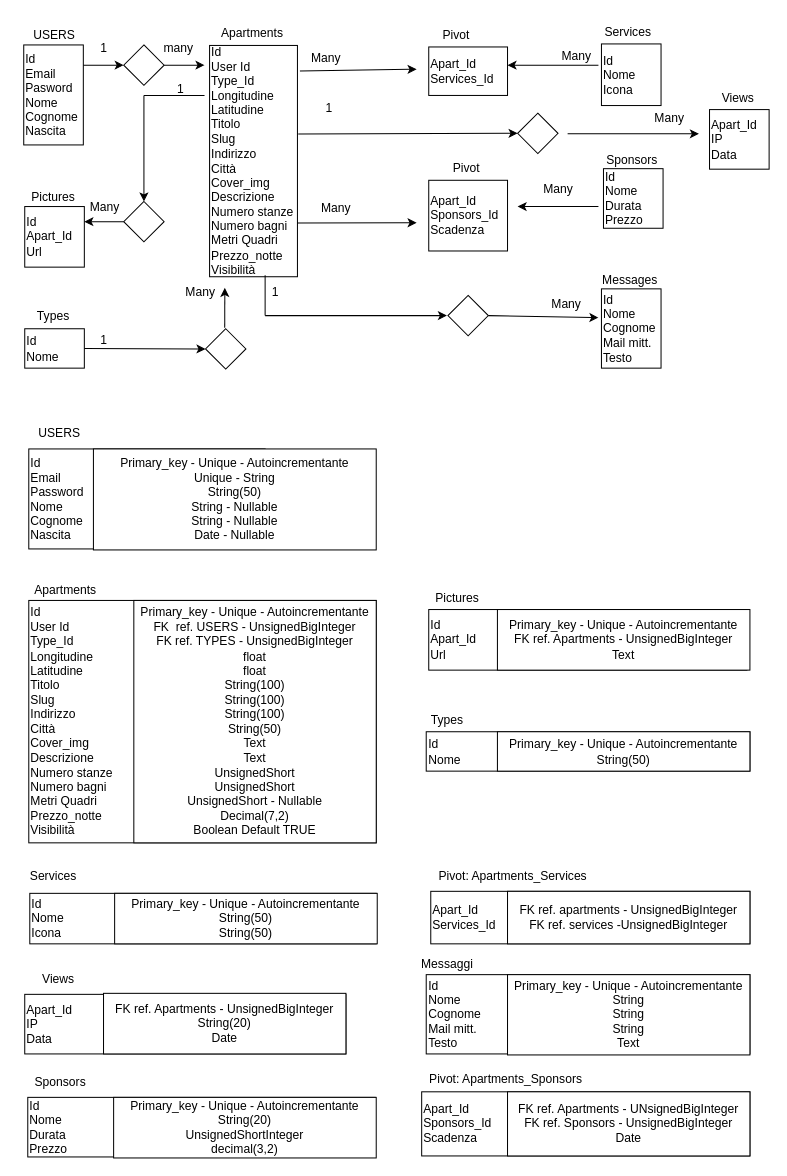
This is public/schema.drawio from AndreaFerrini/BoolBnB-back, a draw.io file, before an edit. Source tidied: cells renumbered, new cells numbered last; positions are measured from the earlier drawing's top-left corner, leaving out a move shared by most shapes. Both pictures are drawn from the tidied source at 101%, with x=0, y=0 at pixel (17, 17).
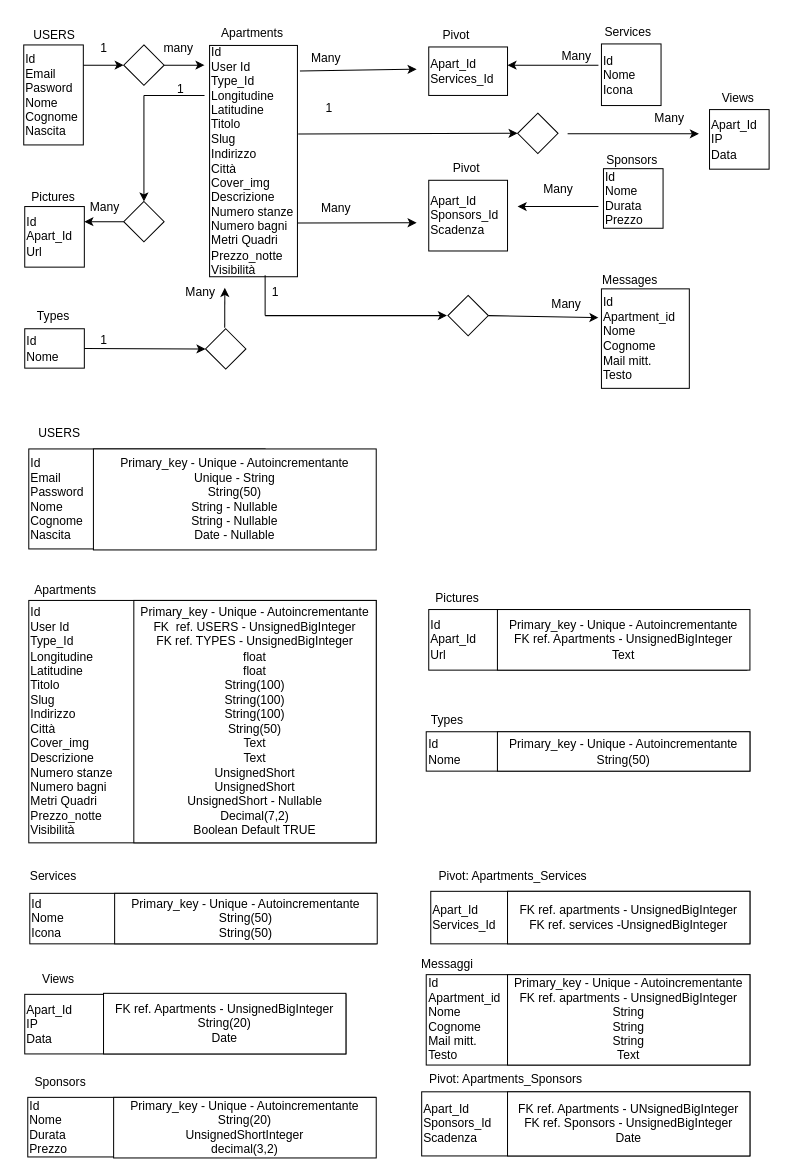
The same diagram, later.

The edit, as a diff of the source:
```diff
@@
-    <mxCell id="37" value="Id&lt;br&gt;Nome&lt;br&gt;Cognome&lt;br&gt;Mail mitt.&lt;br&gt;Testo" style="rounded=0;whiteSpace=wrap;html=1;align=left;labelBackgroundColor=none;" parent="1" vertex="1">
-      <mxGeometry x="578" y="268.5" width="59" height="78.5" as="geometry" />
+    <mxCell id="37" value="Id&lt;br&gt;Apartment_id&lt;br&gt;Nome&lt;br&gt;Cognome&lt;br&gt;Mail mitt.&lt;br&gt;Testo" style="rounded=0;whiteSpace=wrap;html=1;align=left;labelBackgroundColor=none;" parent="1" vertex="1">
+      <mxGeometry x="578" y="268.5" width="87" height="98.5" as="geometry" />
     </mxCell>
@@
-    <mxCell id="84" value="Id&lt;br&gt;Nome&lt;br&gt;Cognome&lt;br&gt;Mail mitt.&lt;br&gt;Testo" style="rounded=0;whiteSpace=wrap;html=1;align=left;labelBackgroundColor=none;" parent="1" vertex="1">
-      <mxGeometry x="404.5" y="947.5" width="320.5" height="78.5" as="geometry" />
+    <mxCell id="84" value="Id&lt;br&gt;Apartment_id&lt;br&gt;Nome&lt;br&gt;Cognome&lt;br&gt;Mail mitt.&lt;br&gt;Testo" style="rounded=0;whiteSpace=wrap;html=1;align=left;labelBackgroundColor=none;" parent="1" vertex="1">
+      <mxGeometry x="404.5" y="947.5" width="320.5" height="89.5" as="geometry" />
     </mxCell>
@@
-    <mxCell id="86" value="Primary_key - Unique - Autoincrementante&lt;br&gt;String&lt;br&gt;String&lt;br&gt;String&lt;br&gt;Text" style="rounded=0;whiteSpace=wrap;html=1;" parent="1" vertex="1">
-      <mxGeometry x="485" y="947.5" width="240" height="79.5" as="geometry" />
+    <mxCell id="86" value="Primary_key - Unique - Autoincrementante&lt;br&gt;FK ref. apartments - UnsignedBigInteger&lt;br&gt;String&lt;br&gt;String&lt;br&gt;String&lt;br&gt;Text" style="rounded=0;whiteSpace=wrap;html=1;" parent="1" vertex="1">
+      <mxGeometry x="485" y="947.5" width="240" height="89.5" as="geometry" />
     </mxCell>
```
